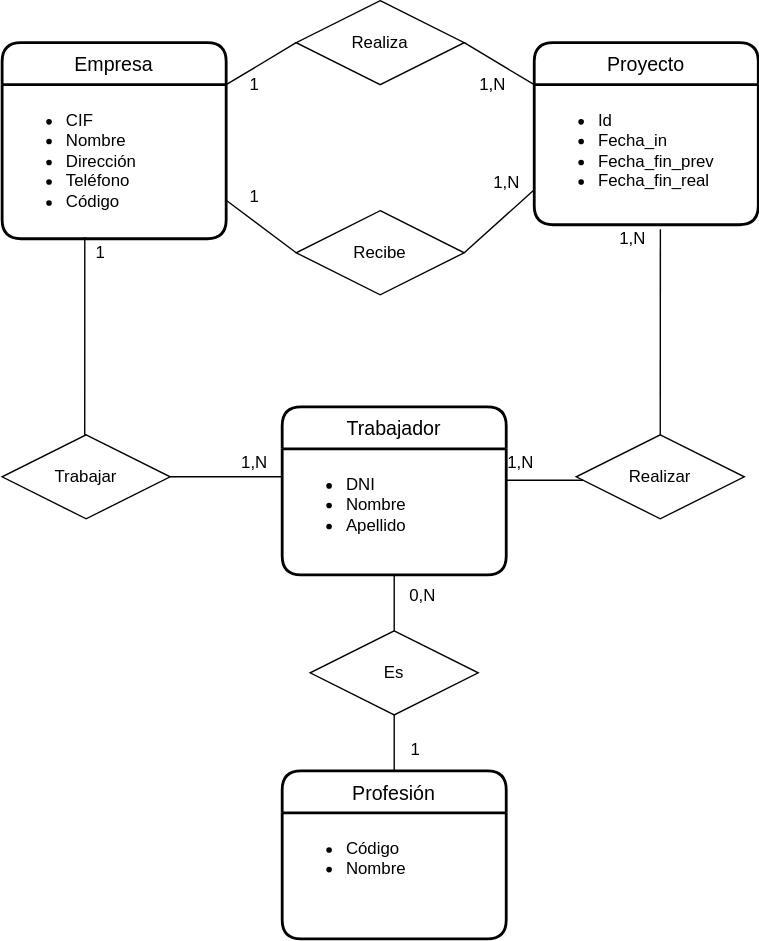
Above: UD12-12.svg in Jimxx22/C3-UD11-UML (draw.io), before the change. Source tidied: cells renumbered, new cells last; positions are measured from the earlier drawing's top-left corner, leaving out a move shared by most shapes.
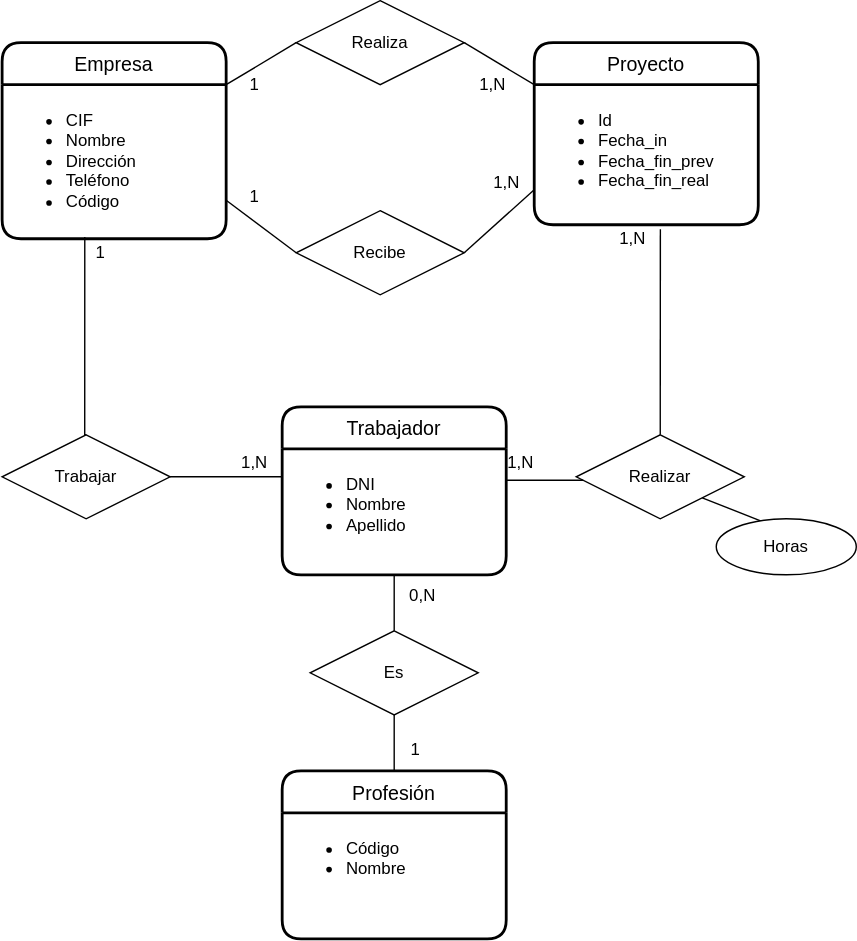
Above is the later version.

The edit, as a diff of the source:
```diff
@@ -118,5 +118,11 @@
     <mxCell id="34" value="1" style="text;html=1;align=center;verticalAlign=middle;strokeColor=none;fillColor=none;" parent="1" vertex="1">
       <mxGeometry x="165" y="125" width="30" height="30" as="geometry" />
     </mxCell>
+    <mxCell id="35" style="endArrow=none;html=1;rounded=0;labelBackgroundColor=none;entryX=1;entryY=1;entryDx=0;entryDy=0;exitX=0.33;exitY=0.05;exitDx=0;exitDy=0;exitPerimeter=0;" parent="1" edge="1" source="36" target="17">
+      <mxGeometry relative="1" as="geometry" />
+    </mxCell>
+    <mxCell id="36" value="Horas" style="ellipse;whiteSpace=wrap;html=1;align=center;labelBackgroundColor=none;" parent="1" vertex="1">
+      <mxGeometry x="510" y="370" width="100" height="40" as="geometry" />
+    </mxCell>
   </root>
 </mxGraphModel>
```
